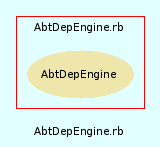
Earlier version of the Graphviz export src/trunk/doc/dot/f_0.png (eschabell/abtlinux). Its source is kept beside it as src/trunk/doc/dot/f_0.dot.
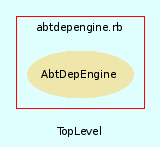
After the change.

The edit, as a diff of the source:
```diff
@@ -3,7 +3,7 @@
     bgcolor = lightcyan1
     fontname = Arial
     fontsize = 8
-    label = "AbtDepEngine.rb"
+    label = "TopLevel"
     node [
         fontname = Arial,
         fontsize = 8,
@@ -13,7 +13,7 @@
     subgraph cluster_1 {
         fontname = Arial
         color = red
-        label = "AbtDepEngine.rb"
+        label = "abtdepengine.rb"
         AbtDepEngine [
             fontcolor = black,
             URL = "classes/AbtDepEngine.html",
```
